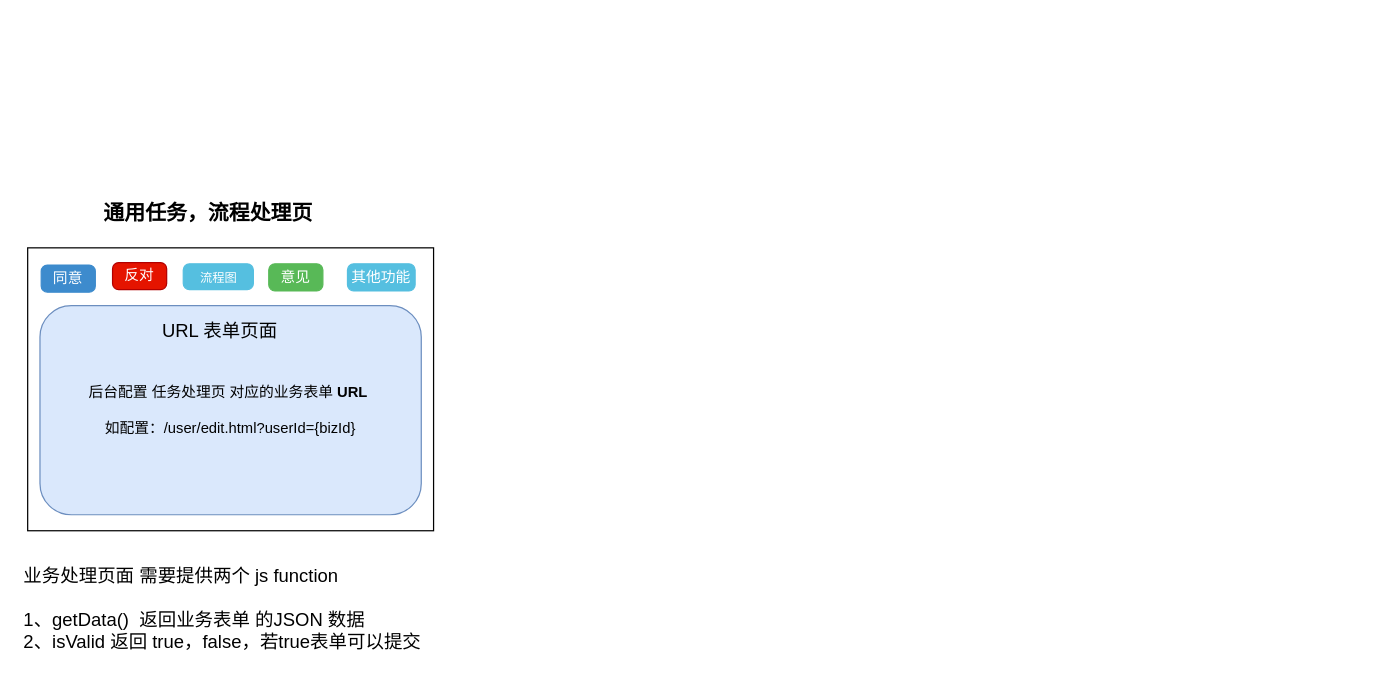
This is 未命名表单.drawio from miaojf/doc, a draw.io file, before an edit. Source tidied: cells renumbered, new cells numbered last; positions are measured from the earlier drawing's top-left corner, leaving out a move shared by most shapes. Both pictures are drawn from the tidied source at 123%, with x=0, y=0 at pixel (21, 198).
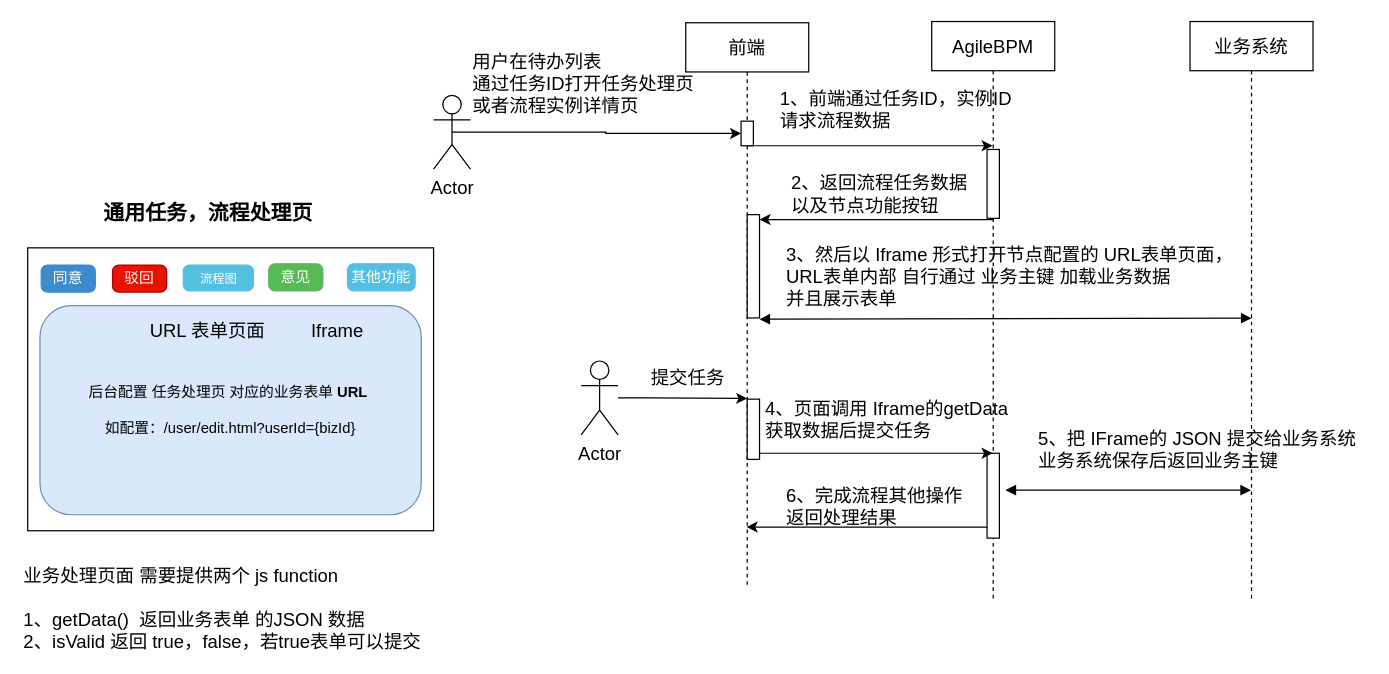
The same page after the edit.

Commit message:
更新未命名表单.drawio

Unchanged cells that the change refers to:
```xml
<mxCell id="6" style="group;" parent="1" vertex="1">
  <mxGeometry x="16" y="52" width="304" height="24" as="geometry" />
</mxCell>
```

What changed in the source:
```diff
@@
-    <mxCell id="8" value="反对" style="html=1;shadow=0;dashed=0;shape=mxgraph.bootstrap.rrect;rSize=5;fillColor=#e51400;align=center;strokeColor=#B20000;fontColor=#ffffff;fontSize=12;whiteSpace=wrap;" parent="6" vertex="1">
-      <mxGeometry x="58" width="44" height="22" as="geometry" />
+    <mxCell id="8" value="驳回" style="html=1;shadow=0;dashed=0;shape=mxgraph.bootstrap.rrect;rSize=5;fillColor=#e51400;align=center;strokeColor=#B20000;fontColor=#ffffff;fontSize=12;whiteSpace=wrap;" parent="6" vertex="1">
+      <mxGeometry x="58" y="2" width="44" height="22" as="geometry" />
     </mxCell>
@@
     <mxCell id="10" value="流程图" style="html=1;shadow=0;dashed=0;shape=mxgraph.bootstrap.rrect;rSize=5;fillColor=#55BFE0;align=center;strokeColor=#55BFE0;fontColor=#ffffff;fontSize=10;whiteSpace=wrap;" parent="6" vertex="1">
-      <mxGeometry x="115.5" y="1" width="57" height="21" as="geometry" />
+      <mxGeometry x="115.5" y="2" width="57" height="21" as="geometry" />
     </mxCell>
@@
-    <mxCell id="12" value="URL 表单页面" style="text;html=1;strokeColor=none;fillColor=none;align=center;verticalAlign=middle;whiteSpace=wrap;rounded=0;fontSize=15;" parent="1" vertex="1">
-      <mxGeometry x="98" y="97" width="127" height="20" as="geometry" />
+    <mxCell id="12" value="URL 表单页面&amp;nbsp; &amp;nbsp; &amp;nbsp; &amp;nbsp; &amp;nbsp;Iframe" style="text;html=1;strokeColor=none;fillColor=none;align=center;verticalAlign=middle;whiteSpace=wrap;rounded=0;fontSize=15;" parent="1" vertex="1">
+      <mxGeometry x="98" y="97" width="187" height="20" as="geometry" />
     </mxCell>
+    <mxCell id="13" style="edgeStyle=orthogonalEdgeStyle;rounded=0;jettySize=auto;html=1;fontSize=15;" parent="1" edge="1" source="14" target="19">
+      <mxGeometry relative="1" as="geometry">
+        <Array as="points">
+          <mxPoint x="690" y="-43" />
+          <mxPoint x="690" y="-43" />
+        </Array>
+      </mxGeometry>
+    </mxCell>
+    <mxCell id="14" value="前端" style="shape=umlLifeline;perimeter=lifelinePerimeter;whiteSpace=wrap;html=1;outlineConnect=0;fontSize=15;" parent="1" vertex="1">
+      <mxGeometry x="540" y="-143" width="100" height="460" as="geometry" />
+    </mxCell>
+    <mxCell id="15" style="html=1;points=[];perimeter=orthogonalPerimeter;fontSize=15;" parent="14" vertex="1">
+      <mxGeometry x="45" y="80" width="10" height="20" as="geometry" />
+    </mxCell>
+    <mxCell id="16" style="html=1;perimeter=orthogonalPerimeter;fontSize=15;" parent="14" vertex="1">
+      <mxGeometry x="50" y="156" width="10" height="84" as="geometry" />
+    </mxCell>
+    <mxCell id="17" style="endArrow=block;startArrow=block;endFill=1;startFill=1;html=1;fontSize=15;entryX=0.5;entryY=0.512;entryDx=0;entryDy=0;entryPerimeter=0;" parent="14" edge="1" target="23">
+      <mxGeometry relative="1" as="geometry">
+        <mxPoint x="60" y="241" as="sourcePoint" />
+      </mxGeometry>
+    </mxCell>
+    <mxCell id="18" style="html=1;points=[];perimeter=orthogonalPerimeter;fontSize=15;" parent="14" vertex="1">
+      <mxGeometry x="50" y="306" width="10" height="49" as="geometry" />
+    </mxCell>
+    <mxCell id="19" value="AgileBPM" style="shape=umlLifeline;perimeter=lifelinePerimeter;whiteSpace=wrap;html=1;outlineConnect=0;fontSize=15;" parent="1" vertex="1">
+      <mxGeometry x="740" y="-144" width="100" height="471" as="geometry" />
+    </mxCell>
+    <mxCell id="20" style="html=1;points=[];perimeter=orthogonalPerimeter;fontSize=15;" parent="19" vertex="1">
+      <mxGeometry x="45" y="104" width="10" height="56" as="geometry" />
+    </mxCell>
+    <mxCell id="21" style="html=1;points=[];perimeter=orthogonalPerimeter;fontSize=15;" parent="19" vertex="1">
+      <mxGeometry x="45" y="351" width="10" height="69" as="geometry" />
+    </mxCell>
+    <mxCell id="22" style="endArrow=block;startArrow=block;endFill=1;startFill=1;html=1;fontSize=15;" parent="19" edge="1" target="23">
+      <mxGeometry relative="1" as="geometry">
+        <mxPoint x="60" y="381" as="sourcePoint" />
+      </mxGeometry>
+    </mxCell>
+    <mxCell id="23" value="业务系统" style="shape=umlLifeline;perimeter=lifelinePerimeter;whiteSpace=wrap;html=1;outlineConnect=0;fontSize=15;" parent="1" vertex="1">
+      <mxGeometry x="950" y="-144" width="100" height="471" as="geometry" />
+    </mxCell>
+    <mxCell id="24" style="edgeStyle=orthogonalEdgeStyle;rounded=0;jettySize=auto;html=1;fontSize=15;entryX=0;entryY=0.5;entryDx=0;entryDy=0;entryPerimeter=0;exitX=0.5;exitY=0.5;exitDx=0;exitDy=0;exitPerimeter=0;" parent="1" edge="1" source="25" target="15">
+      <mxGeometry relative="1" as="geometry" />
+    </mxCell>
+    <mxCell id="25" value="Actor" style="shape=umlActor;verticalLabelPosition=bottom;labelBackgroundColor=#ffffff;verticalAlign=top;html=1;fontSize=15;" parent="1" vertex="1">
+      <mxGeometry x="335" y="-84" width="30" height="60" as="geometry" />
+    </mxCell>
+    <mxCell id="26" value="用户在待办列表&lt;br&gt;通过任务ID打开任务处理页&lt;br&gt;或者流程实例详情页" style="text;html=1;align=left;verticalAlign=top;spacingTop=-4;fontSize=15;" parent="1" vertex="1">
+      <mxGeometry x="365" y="-123" width="200" height="60" as="geometry" />
+    </mxCell>
+    <mxCell id="27" value="1、前端通过任务ID，实例ID &lt;br&gt;请求流程数据" style="text;html=1;align=left;verticalAlign=top;spacingTop=-4;fontSize=15;" parent="1" vertex="1">
+      <mxGeometry x="615" y="-93" width="210" height="40" as="geometry" />
+    </mxCell>
+    <mxCell id="28" style="edgeStyle=orthogonalEdgeStyle;rounded=0;jettySize=auto;html=1;fontSize=15;" parent="1" edge="1" source="20">
+      <mxGeometry relative="1" as="geometry">
+        <mxPoint x="600" y="17" as="targetPoint" />
+        <Array as="points">
+          <mxPoint x="790" y="17" />
+        </Array>
+      </mxGeometry>
+    </mxCell>
+    <mxCell id="29" value="2、返回流程任务数据&lt;br&gt;以及节点功能按钮" style="text;html=1;align=left;verticalAlign=top;spacingTop=-4;fontSize=15;" parent="1" vertex="1">
+      <mxGeometry x="624" y="-24" width="160" height="40" as="geometry" />
+    </mxCell>
+    <mxCell id="30" value="3、然后以 Iframe 形式打开节点配置的 URL表单页面，&lt;br&gt;URL表单内部 自行通过 业务主键 加载业务数据&lt;br&gt;并且展示表单" style="text;html=1;align=left;verticalAlign=top;spacingTop=-4;fontSize=15;" parent="1" vertex="1">
+      <mxGeometry x="620" y="34" width="380" height="60" as="geometry" />
+    </mxCell>
+    <mxCell id="31" style="edgeStyle=orthogonalEdgeStyle;rounded=0;jettySize=auto;html=1;entryX=0.5;entryY=0.664;entryDx=0;entryDy=0;entryPerimeter=0;fontSize=15;" parent="1" edge="1" source="32" target="14">
+      <mxGeometry relative="1" as="geometry" />
+    </mxCell>
+    <mxCell id="32" value="Actor" style="shape=umlActor;verticalLabelPosition=bottom;labelBackgroundColor=#ffffff;verticalAlign=top;html=1;fontSize=15;" parent="1" vertex="1">
+      <mxGeometry x="455" y="132" width="30" height="60" as="geometry" />
+    </mxCell>
+    <mxCell id="33" value="提交任务" style="text;html=1;align=left;verticalAlign=top;spacingTop=-4;fontSize=15;" parent="1" vertex="1">
+      <mxGeometry x="510" y="134" width="80" height="20" as="geometry" />
+    </mxCell>
+    <mxCell id="34" style="edgeStyle=orthogonalEdgeStyle;rounded=0;jettySize=auto;html=1;fontSize=15;" parent="1" edge="1" source="18" target="19">
+      <mxGeometry relative="1" as="geometry">
+        <Array as="points">
+          <mxPoint x="650" y="207" />
+          <mxPoint x="650" y="207" />
+        </Array>
+      </mxGeometry>
+    </mxCell>
+    <mxCell id="35" value="4、页面调用 Iframe的getData&lt;br&gt;获取数据后提交任务" style="text;html=1;align=left;verticalAlign=top;spacingTop=-4;fontSize=15;" parent="1" vertex="1">
+      <mxGeometry x="603" y="159" width="210" height="40" as="geometry" />
+    </mxCell>
+    <mxCell id="36" value="5、把 IFrame的 JSON 提交给业务系统&lt;br&gt;业务系统保存后返回业务主键" style="text;html=1;align=left;verticalAlign=top;spacingTop=-4;fontSize=15;" parent="1" vertex="1">
+      <mxGeometry x="825" y="184" width="270" height="40" as="geometry" />
+    </mxCell>
+    <mxCell id="37" style="edgeStyle=orthogonalEdgeStyle;rounded=0;jettySize=auto;html=1;fontSize=15;" parent="1" edge="1" source="21" target="14">
+      <mxGeometry relative="1" as="geometry">
+        <Array as="points">
+          <mxPoint x="660" y="267" />
+          <mxPoint x="660" y="267" />
+        </Array>
+      </mxGeometry>
+    </mxCell>
+    <mxCell id="38" value="6、完成流程其他操作&lt;br&gt;返回处理结果" style="text;html=1;align=left;verticalAlign=top;spacingTop=-4;fontSize=15;" parent="1" vertex="1">
+      <mxGeometry x="620" y="230" width="160" height="40" as="geometry" />
+    </mxCell>
```
